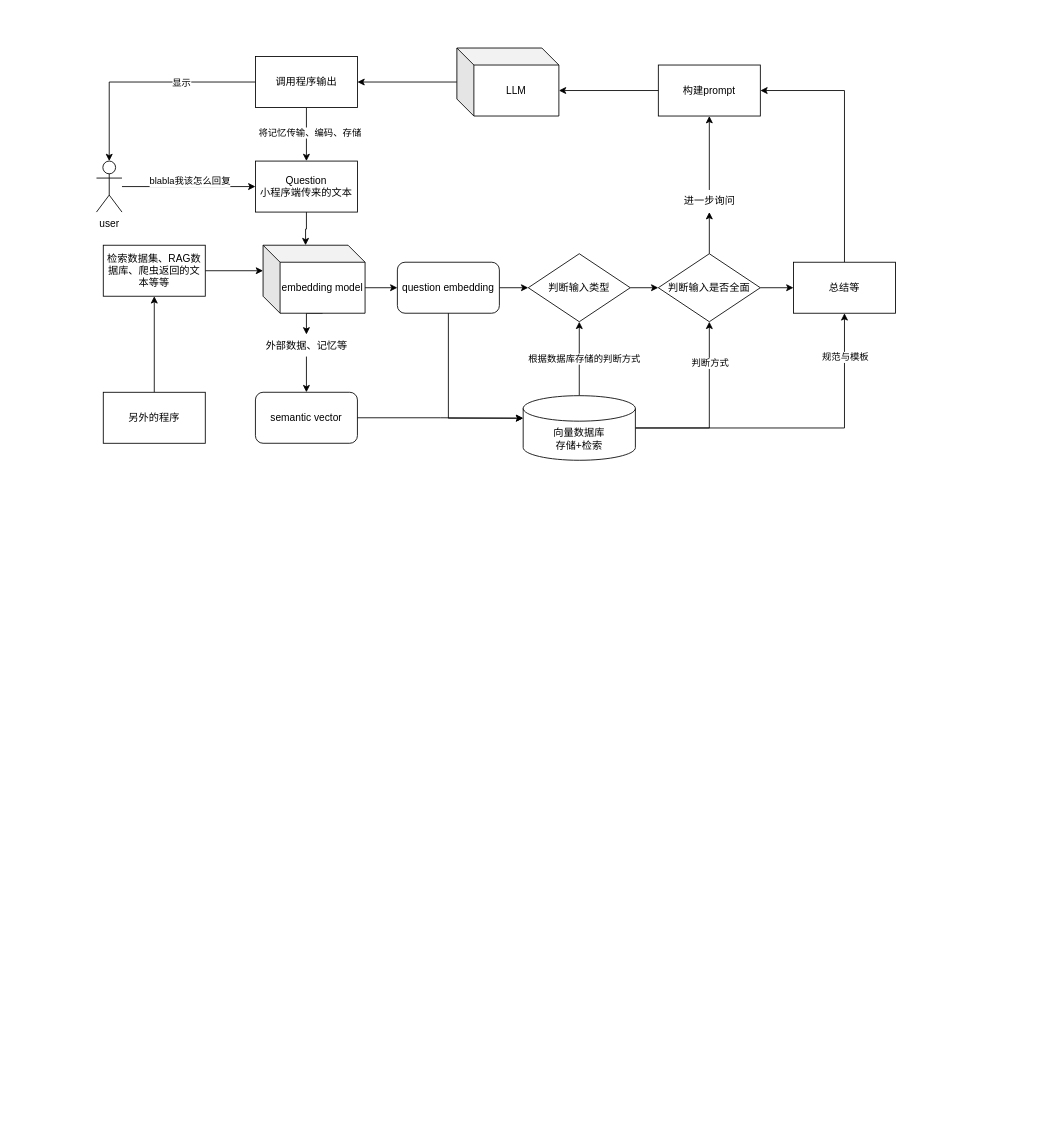
Before: architechture.drawio in CaptainCCCP/Draw-io-cloud, a draw.io diagram. Source tidied: cells renumbered, new cells numbered last; positions are measured from the earlier drawing's top-left corner, leaving out a move shared by most shapes. Both pictures are drawn from the tidied source at 85%, with x=0, y=0 at pixel (96, 48).
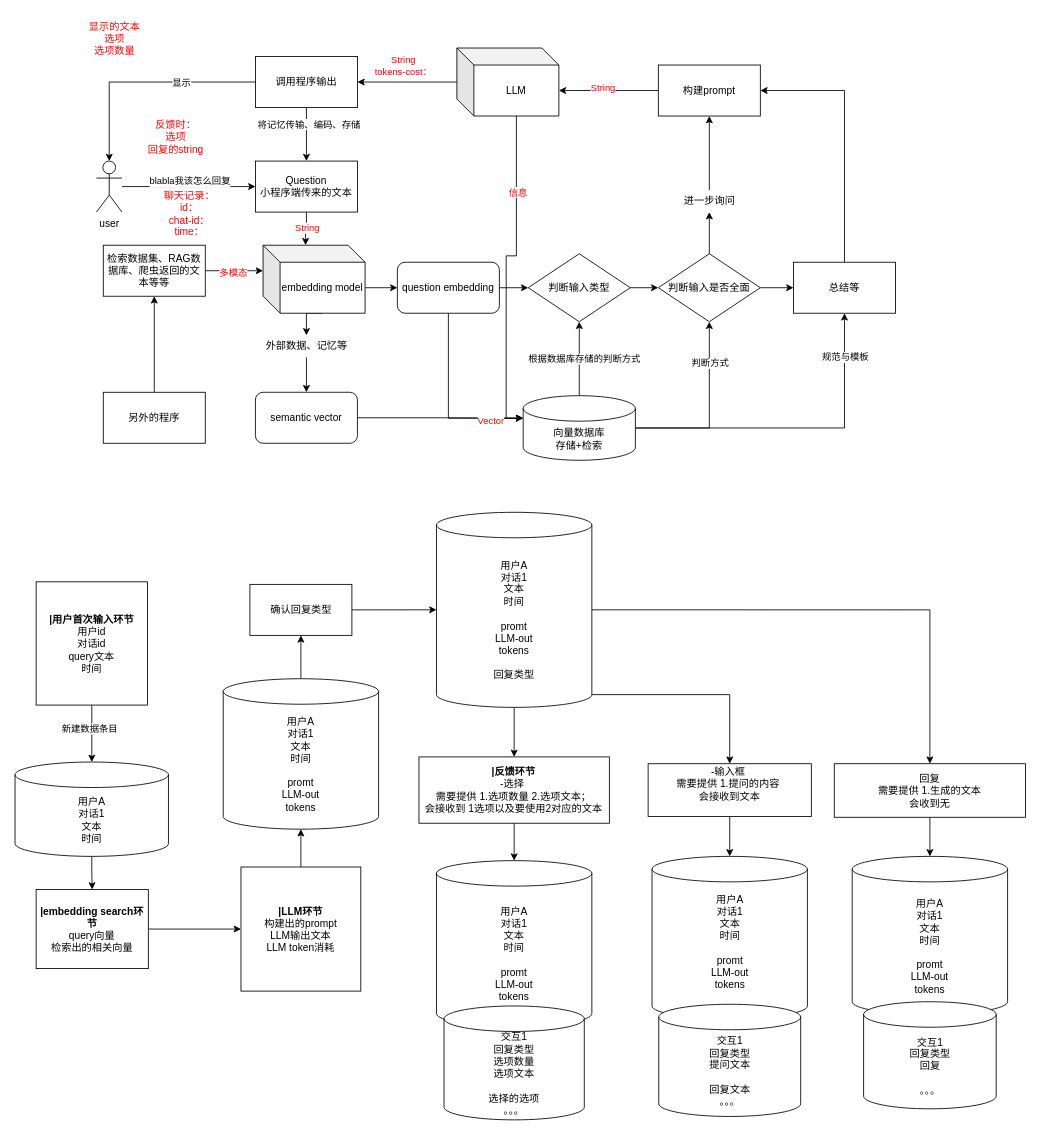
After the change.

The change refers to these unchanged cells:
```xml
<mxCell id="5" style="edgeStyle=orthogonalEdgeStyle;rounded=0;jettySize=auto;html=1;entryX=0;entryY=0;entryDx=50;entryDy=0;entryPerimeter=0;" parent="1" edge="1" source="6" target="45">
  <mxGeometry relative="1" as="geometry" />
</mxCell>
<mxCell id="9" style="edgeStyle=orthogonalEdgeStyle;rounded=0;jettySize=auto;html=1;entryX=0;entryY=0;entryDx=0;entryDy=30;entryPerimeter=0;" parent="1" edge="1" source="10" target="45">
  <mxGeometry relative="1" as="geometry" />
</mxCell>
<mxCell id="17" value="向量数据库&lt;br&gt;存储+检索" style="shape=cylinder3;whiteSpace=wrap;html=1;boundedLbl=1;backgroundOutline=1;size=15;" parent="1" vertex="1">
  <mxGeometry x="502" y="409" width="132" height="76" as="geometry" />
</mxCell>
<mxCell id="19" style="edgeStyle=orthogonalEdgeStyle;rounded=0;jettySize=auto;html=1;entryX=1;entryY=0.5;entryDx=0;entryDy=0;" parent="1" edge="1" source="20" target="23">
  <mxGeometry relative="1" as="geometry" />
</mxCell>
<mxCell id="20" value="LLM" style="shape=cube;whiteSpace=wrap;html=1;boundedLbl=1;backgroundOutline=1;darkOpacity=0.05;darkOpacity2=0.1;" parent="1" vertex="1">
  <mxGeometry x="424" width="120" height="80" as="geometry" />
</mxCell>
<mxCell id="21" style="edgeStyle=orthogonalEdgeStyle;rounded=0;jettySize=auto;html=1;exitX=0.5;exitY=1;exitDx=0;exitDy=0;entryX=0.5;entryY=0;entryDx=0;entryDy=0;" parent="1" edge="1" source="23" target="6">
  <mxGeometry relative="1" as="geometry" />
</mxCell>
<mxCell id="30" style="edgeStyle=orthogonalEdgeStyle;rounded=0;jettySize=auto;html=1;exitX=0.5;exitY=1;exitDx=0;exitDy=0;entryX=0;entryY=0;entryDx=0;entryDy=26.5;entryPerimeter=0;" parent="1" edge="1" source="27" target="17">
  <mxGeometry relative="1" as="geometry" />
</mxCell>
<mxCell id="31" style="edgeStyle=orthogonalEdgeStyle;rounded=0;jettySize=auto;html=1;exitX=0;exitY=0.5;exitDx=0;exitDy=0;entryX=0;entryY=0;entryDx=120;entryDy=50;entryPerimeter=0;" parent="1" edge="1" source="18" target="20">
  <mxGeometry relative="1" as="geometry" />
</mxCell>
```

The edit, as a diff of the source:
```diff
@@
+    <mxCell id="46" value="String" style="edgeLabel;html=1;align=center;verticalAlign=middle;fontColor=#FF0000;" parent="5" vertex="1">
+      <mxGeometry x="-0.1" relative="1" as="geometry" />
+    </mxCell>
@@
+    <mxCell id="47" value="多模态" style="edgeLabel;html=1;align=center;verticalAlign=middle;fontColor=#FF0000;" parent="9" vertex="1">
+      <mxGeometry x="-0.06" y="-2" relative="1" as="geometry" />
+    </mxCell>
@@
+    <mxCell id="48" value="String&lt;br&gt;tokens-cost：&lt;br&gt;" style="edgeLabel;html=1;align=center;verticalAlign=middle;fontColor=#FF0000;" parent="19" vertex="1">
+      <mxGeometry x="0.16" y="2" relative="1" as="geometry">
+        <mxPoint x="4" y="-22" as="offset" />
+      </mxGeometry>
+    </mxCell>
@@
     <mxCell id="22" value="将记忆传输、编码、存储" style="edgeLabel;html=1;align=center;verticalAlign=middle;" parent="21" vertex="1">
       <mxGeometry x="0.2" y="-4" relative="1" as="geometry">
-        <mxPoint x="7" y="-9" as="offset" />
+        <mxPoint x="6" y="-19" as="offset" />
       </mxGeometry>
     </mxCell>
@@
+    <mxCell id="49" value="Vector" style="edgeLabel;html=1;align=center;verticalAlign=middle;fontColor=#FF0000;" parent="30" vertex="1">
+      <mxGeometry x="0.63" y="-2" relative="1" as="geometry">
+        <mxPoint x="1" y="1" as="offset" />
+      </mxGeometry>
+    </mxCell>
@@
+    <mxCell id="50" value="String" style="edgeLabel;html=1;align=center;verticalAlign=middle;fontColor=#FF0000;" parent="31" vertex="1">
+      <mxGeometry x="0.21" y="1" relative="1" as="geometry">
+        <mxPoint x="5" y="-5" as="offset" />
+      </mxGeometry>
+    </mxCell>
@@
     <mxCell id="40" value="外部数据、记忆等" style="text;html=1;align=center;verticalAlign=middle;points=[];strokeColor=none;fillColor=none;" parent="1" vertex="1">
-      <mxGeometry x="190" y="337" width="114" height="26" as="geometry" />
+      <mxGeometry x="190" y="338" width="114" height="26" as="geometry" />
     </mxCell>
@@
+    <mxCell id="51" value="聊天记录：&lt;br&gt;id：&lt;br&gt;chat-id：&lt;br&gt;time：" style="text;html=1;align=center;verticalAlign=middle;strokeColor=none;fillColor=none;fontColor=#FF0000;" parent="1" vertex="1">
+      <mxGeometry x="70" y="160" width="78" height="70" as="geometry" />
+    </mxCell>
+    <mxCell id="52" value="显示的文本&lt;br&gt;选项&lt;br&gt;选项数量&lt;br&gt;&lt;br&gt;" style="text;html=1;align=center;verticalAlign=middle;strokeColor=none;fillColor=none;fontColor=#FF0000;" parent="1" vertex="1">
+      <mxGeometry x="-18" y="-39" width="78" height="70" as="geometry" />
+    </mxCell>
+    <mxCell id="53" value="反馈时：&lt;br&gt;选项&lt;br&gt;回复的string" style="text;html=1;align=center;verticalAlign=middle;strokeColor=none;fillColor=none;fontColor=#FF0000;" parent="1" vertex="1">
+      <mxGeometry x="51" y="77" width="83" height="55" as="geometry" />
+    </mxCell>
+    <mxCell id="54" style="edgeStyle=orthogonalEdgeStyle;rounded=0;jettySize=auto;html=1;exitX=0;exitY=0;exitDx=70;exitDy=80;exitPerimeter=0;entryX=0;entryY=0;entryDx=0;entryDy=26.5;entryPerimeter=0;" parent="1" edge="1" source="20" target="17">
+      <mxGeometry relative="1" as="geometry" />
+    </mxCell>
+    <mxCell id="55" value="信息" style="edgeLabel;html=1;align=center;verticalAlign=middle;fontColor=#FF0000;" parent="54" vertex="1">
+      <mxGeometry x="-0.54" y="1" relative="1" as="geometry" />
+    </mxCell>
+    <mxCell id="56" style="edgeStyle=orthogonalEdgeStyle;rounded=0;jettySize=auto;html=1;exitX=0.5;exitY=1;exitDx=0;exitDy=0;" parent="1" edge="1" source="58" target="66">
+      <mxGeometry relative="1" as="geometry" />
+    </mxCell>
+    <mxCell id="57" value="新建数据条目" style="edgeLabel;html=1;align=center;verticalAlign=middle;" parent="56" vertex="1">
+      <mxGeometry x="-0.07" y="4" relative="1" as="geometry">
+        <mxPoint x="-7" y="-4" as="offset" />
+      </mxGeometry>
+    </mxCell>
+    <mxCell id="58" value="&lt;div&gt;&lt;div class=&quot;ace-line ace-line old-record-id-PRdud5kJUoCOcpxYOqFc2ARHnCg&quot;&gt;&lt;strong&gt;|用户首次输入环节&lt;/strong&gt;&lt;/div&gt;&lt;div class=&quot;ace-line ace-line old-record-id-E3FedgBTYoORXSx5WfCc4IpBnVb&quot;&gt;用户id&lt;/div&gt;&lt;div class=&quot;ace-line ace-line old-record-id-P0Jkdb4NZobmQ9xr3TtcO5w6nwh&quot;&gt;对话id&lt;/div&gt;&lt;div class=&quot;ace-line ace-line old-record-id-WZ20drm3RoAypbx6l6fcexg3n0e&quot;&gt;query文本&lt;/div&gt;&lt;div class=&quot;ace-line ace-line old-record-id-OOwUd1e9woCyPLxwJKSc57Nen1d&quot;&gt;时间&lt;/div&gt;&lt;/div&gt;" style="whiteSpace=wrap;html=1;" parent="1" vertex="1">
+      <mxGeometry x="-71" y="628" width="131" height="145" as="geometry" />
+    </mxCell>
+    <mxCell id="59" style="edgeStyle=orthogonalEdgeStyle;rounded=0;jettySize=auto;html=1;exitX=1;exitY=0.5;exitDx=0;exitDy=0;entryX=0;entryY=0.5;entryDx=0;entryDy=0;" parent="1" edge="1" source="60" target="61">
+      <mxGeometry relative="1" as="geometry" />
+    </mxCell>
+    <mxCell id="60" value="&lt;div&gt;&lt;div class=&quot;ace-line ace-line old-record-id-Y7mGdLDPpo9mWkxP3DxcEAdjnRh&quot;&gt;&lt;strong&gt;|embedding search环节&lt;/strong&gt;&lt;/div&gt;&lt;div class=&quot;ace-line ace-line old-record-id-B9dgdGiUWoAv7Yxv5TZc0r3cn9b&quot;&gt;query向量&lt;/div&gt;&lt;div class=&quot;ace-line ace-line old-record-id-PQ87dOkKeotWdVxB1h0c6V4knwq&quot;&gt;检索出的相关向量&lt;/div&gt;&lt;/div&gt;" style="whiteSpace=wrap;html=1;" parent="1" vertex="1">
+      <mxGeometry x="-71" y="990" width="132" height="93" as="geometry" />
+    </mxCell>
+    <mxCell id="61" value="&lt;div&gt;&lt;div class=&quot;ace-line ace-line old-record-id-OrG7dupToof1LOxqSoEcOw9xnwf&quot;&gt;&lt;strong&gt;|&lt;/strong&gt;&lt;strong&gt;LLM&lt;/strong&gt;&lt;strong&gt;环节&lt;/strong&gt;&lt;/div&gt;&lt;div class=&quot;ace-line ace-line old-record-id-Q2jidt34oo5GgmxyveUcM0Funvh&quot;&gt;构建出的prompt&lt;/div&gt;&lt;div class=&quot;ace-line ace-line old-record-id-GJVtdO6QdoBXiexqXMmcAJ9dnWd&quot;&gt;LLM输出文本&lt;/div&gt;&lt;div class=&quot;ace-line ace-line old-record-id-CCAldVDxYois1SxFBQmcY13unEb&quot;&gt;LLM token消耗&lt;/div&gt;&lt;/div&gt;" style="whiteSpace=wrap;html=1;" parent="1" vertex="1">
+      <mxGeometry x="170" y="963.5" width="141" height="146" as="geometry" />
+    </mxCell>
+    <mxCell id="62" value="&lt;div&gt;&lt;div class=&quot;ace-line ace-line old-record-id-DqMkdblkhoMnvvxbMrDcL8yrnH4&quot;&gt;&lt;strong&gt;|反馈环节&lt;/strong&gt;&lt;/div&gt;&lt;div class=&quot;ace-line ace-line old-record-id-DeYrd7C5xozRsCxxNfTcXVGVnah&quot;&gt;-选择&amp;nbsp;&lt;/div&gt;&lt;div class=&quot;ace-line ace-line old-record-id-DeYrd7C5xozRsCxxNfTcXVGVnah&quot;&gt;需要提供 1.选项数量 2.选项文本；&lt;/div&gt;&lt;div class=&quot;ace-line ace-line old-record-id-DeYrd7C5xozRsCxxNfTcXVGVnah&quot;&gt;会接收到 1选项以及要使用2对应的文本&lt;/div&gt;&lt;/div&gt;" style="whiteSpace=wrap;html=1;" parent="1" vertex="1">
+      <mxGeometry x="379.4" y="834" width="224" height="78" as="geometry" />
+    </mxCell>
+    <mxCell id="63" value="&lt;div style=&quot;border-color: var(--border-color);&quot; class=&quot;ace-line ace-line old-record-id-IN3tdBnlHonYpvx93VecOqu3nST&quot;&gt;-输入框&amp;nbsp;&lt;/div&gt;&lt;div style=&quot;border-color: var(--border-color);&quot; class=&quot;ace-line ace-line old-record-id-IN3tdBnlHonYpvx93VecOqu3nST&quot;&gt;需要提供 1.提问的内容&amp;nbsp;&lt;/div&gt;&lt;div style=&quot;border-color: var(--border-color);&quot; class=&quot;ace-line ace-line old-record-id-IN3tdBnlHonYpvx93VecOqu3nST&quot;&gt;会接收到文本&lt;/div&gt;&lt;div&gt;&lt;br&gt;&lt;/div&gt;" style="whiteSpace=wrap;html=1;" parent="1" vertex="1">
+      <mxGeometry x="649" y="842" width="192" height="62" as="geometry" />
+    </mxCell>
+    <mxCell id="64" value="回复 &lt;br&gt;需要提供 1.生成的文本 &lt;br&gt;会收到无" style="whiteSpace=wrap;html=1;" parent="1" vertex="1">
+      <mxGeometry x="868" y="842" width="225" height="63" as="geometry" />
+    </mxCell>
+    <mxCell id="65" style="edgeStyle=orthogonalEdgeStyle;rounded=0;jettySize=auto;html=1;exitX=0.5;exitY=1;exitDx=0;exitDy=0;exitPerimeter=0;" parent="1" edge="1" source="66" target="60">
+      <mxGeometry relative="1" as="geometry" />
+    </mxCell>
+    <mxCell id="66" value="用户A&lt;br&gt;对话1&lt;br&gt;文本&lt;br&gt;时间" style="shape=cylinder3;whiteSpace=wrap;html=1;boundedLbl=1;backgroundOutline=1;size=15;" parent="1" vertex="1">
+      <mxGeometry x="-95.8" y="840" width="180.5" height="111" as="geometry" />
+    </mxCell>
+    <mxCell id="67" style="edgeStyle=orthogonalEdgeStyle;rounded=0;jettySize=auto;html=1;exitX=0.5;exitY=0;exitDx=0;exitDy=0;exitPerimeter=0;entryX=0.5;entryY=1;entryDx=0;entryDy=0;" parent="1" edge="1" source="68" target="70">
+      <mxGeometry relative="1" as="geometry" />
+    </mxCell>
+    <mxCell id="68" value="用户A&lt;br&gt;对话1&lt;br&gt;文本&lt;br&gt;时间&lt;br&gt;&lt;br&gt;promt&lt;br&gt;LLM-out&lt;br&gt;tokens" style="shape=cylinder3;whiteSpace=wrap;html=1;boundedLbl=1;backgroundOutline=1;size=15;" parent="1" vertex="1">
+      <mxGeometry x="149.1" y="742" width="182.8" height="177" as="geometry" />
+    </mxCell>
+    <mxCell id="69" style="edgeStyle=orthogonalEdgeStyle;rounded=0;jettySize=auto;html=1;exitX=0.5;exitY=0;exitDx=0;exitDy=0;entryX=0.5;entryY=1;entryDx=0;entryDy=0;entryPerimeter=0;" parent="1" edge="1" source="61" target="68">
+      <mxGeometry relative="1" as="geometry" />
+    </mxCell>
+    <mxCell id="70" value="确认回复类型" style="whiteSpace=wrap;html=1;" parent="1" vertex="1">
+      <mxGeometry x="180.5" y="631" width="120" height="60" as="geometry" />
+    </mxCell>
+    <mxCell id="71" style="edgeStyle=orthogonalEdgeStyle;rounded=0;jettySize=auto;html=1;exitX=0.5;exitY=1;exitDx=0;exitDy=0;exitPerimeter=0;entryX=0.5;entryY=0;entryDx=0;entryDy=0;" parent="1" edge="1" source="74" target="62">
+      <mxGeometry relative="1" as="geometry" />
+    </mxCell>
+    <mxCell id="72" style="edgeStyle=orthogonalEdgeStyle;rounded=0;jettySize=auto;html=1;exitX=1;exitY=1;exitDx=0;exitDy=-15;exitPerimeter=0;entryX=0.5;entryY=0;entryDx=0;entryDy=0;" parent="1" edge="1" source="74" target="63">
+      <mxGeometry relative="1" as="geometry" />
+    </mxCell>
+    <mxCell id="73" style="edgeStyle=orthogonalEdgeStyle;rounded=0;jettySize=auto;html=1;exitX=1;exitY=0.5;exitDx=0;exitDy=0;exitPerimeter=0;entryX=0.5;entryY=0;entryDx=0;entryDy=0;" parent="1" edge="1" source="74" target="64">
+      <mxGeometry relative="1" as="geometry" />
+    </mxCell>
+    <mxCell id="74" value="用户A&lt;br&gt;对话1&lt;br&gt;文本&lt;br&gt;时间&lt;br&gt;&lt;br&gt;promt&lt;br&gt;LLM-out&lt;br&gt;tokens&lt;br&gt;&lt;br&gt;回复类型" style="shape=cylinder3;whiteSpace=wrap;html=1;boundedLbl=1;backgroundOutline=1;size=15;" parent="1" vertex="1">
+      <mxGeometry x="400" y="546.2" width="182.8" height="229.5" as="geometry" />
+    </mxCell>
+    <mxCell id="75" style="edgeStyle=orthogonalEdgeStyle;rounded=0;jettySize=auto;html=1;exitX=1;exitY=0.5;exitDx=0;exitDy=0;entryX=0;entryY=0.5;entryDx=0;entryDy=0;entryPerimeter=0;" parent="1" edge="1" source="70" target="74">
+      <mxGeometry relative="1" as="geometry" />
+    </mxCell>
+    <mxCell id="76" value="&lt;div style=&quot;&quot;&gt;&lt;span style=&quot;background-color: initial;&quot;&gt;用户A&lt;/span&gt;&lt;/div&gt;对话1&lt;br&gt;文本&lt;br&gt;时间&lt;br&gt;&lt;br&gt;promt&lt;br&gt;LLM-out&lt;br&gt;tokens&lt;br&gt;" style="shape=cylinder3;whiteSpace=wrap;html=1;boundedLbl=1;backgroundOutline=1;size=15;align=center;" parent="1" vertex="1">
+      <mxGeometry x="400" y="956" width="182.8" height="195" as="geometry" />
+    </mxCell>
+    <mxCell id="77" style="edgeStyle=orthogonalEdgeStyle;rounded=0;jettySize=auto;html=1;exitX=0.5;exitY=1;exitDx=0;exitDy=0;entryX=0.5;entryY=0;entryDx=0;entryDy=0;entryPerimeter=0;" parent="1" edge="1" source="62" target="76">
+      <mxGeometry relative="1" as="geometry" />
+    </mxCell>
+    <mxCell id="78" value="用户A&lt;br&gt;对话1&lt;br&gt;文本&lt;br&gt;时间&lt;br&gt;&lt;br&gt;promt&lt;br&gt;LLM-out&lt;br&gt;tokens&lt;br&gt;&lt;br&gt;" style="shape=cylinder3;whiteSpace=wrap;html=1;boundedLbl=1;backgroundOutline=1;size=15;" parent="1" vertex="1">
+      <mxGeometry x="653.6" y="951" width="182.8" height="191" as="geometry" />
+    </mxCell>
+    <mxCell id="79" style="edgeStyle=orthogonalEdgeStyle;rounded=0;jettySize=auto;html=1;exitX=0.5;exitY=1;exitDx=0;exitDy=0;entryX=0.5;entryY=0;entryDx=0;entryDy=0;entryPerimeter=0;" parent="1" edge="1" source="63" target="78">
+      <mxGeometry relative="1" as="geometry" />
+    </mxCell>
+    <mxCell id="80" value="用户A&lt;br&gt;对话1&lt;br&gt;文本&lt;br&gt;时间&lt;br&gt;&lt;br&gt;promt&lt;br&gt;LLM-out&lt;br&gt;tokens&lt;br&gt;" style="shape=cylinder3;whiteSpace=wrap;html=1;boundedLbl=1;backgroundOutline=1;size=15;" parent="1" vertex="1">
+      <mxGeometry x="889.1" y="951" width="182.8" height="186" as="geometry" />
+    </mxCell>
+    <mxCell id="81" style="edgeStyle=orthogonalEdgeStyle;rounded=0;jettySize=auto;html=1;exitX=0.5;exitY=1;exitDx=0;exitDy=0;entryX=0.5;entryY=0;entryDx=0;entryDy=0;entryPerimeter=0;" parent="1" edge="1" source="64" target="80">
+      <mxGeometry relative="1" as="geometry" />
+    </mxCell>
+    <mxCell id="82" value="交互1&lt;br&gt;回复类型&lt;br style=&quot;border-color: var(--border-color);&quot;&gt;选项数量&lt;br style=&quot;border-color: var(--border-color);&quot;&gt;选项文本&lt;br style=&quot;border-color: var(--border-color);&quot;&gt;&lt;br style=&quot;border-color: var(--border-color);&quot;&gt;选择的选项&lt;br&gt;。。。" style="shape=cylinder3;whiteSpace=wrap;html=1;boundedLbl=1;backgroundOutline=1;size=15;" parent="1" vertex="1">
+      <mxGeometry x="408.9" y="1127" width="165" height="134" as="geometry" />
+    </mxCell>
+    <mxCell id="83" value="交互1&lt;br&gt;回复类型&lt;br style=&quot;border-color: var(--border-color);&quot;&gt;提问文本&lt;br style=&quot;border-color: var(--border-color);&quot;&gt;&lt;br style=&quot;border-color: var(--border-color);&quot;&gt;回复文本&lt;br&gt;。。。" style="shape=cylinder3;whiteSpace=wrap;html=1;boundedLbl=1;backgroundOutline=1;size=15;" parent="1" vertex="1">
+      <mxGeometry x="661.5" y="1125" width="167" height="132" as="geometry" />
+    </mxCell>
+    <mxCell id="84" value="交互1&lt;br&gt;回复类型&lt;br style=&quot;border-color: var(--border-color);&quot;&gt;回复&lt;br&gt;&lt;br&gt;。。。" style="shape=cylinder3;whiteSpace=wrap;html=1;boundedLbl=1;backgroundOutline=1;size=15;" parent="1" vertex="1">
+      <mxGeometry x="902.5" y="1122" width="156" height="126" as="geometry" />
+    </mxCell>
```
